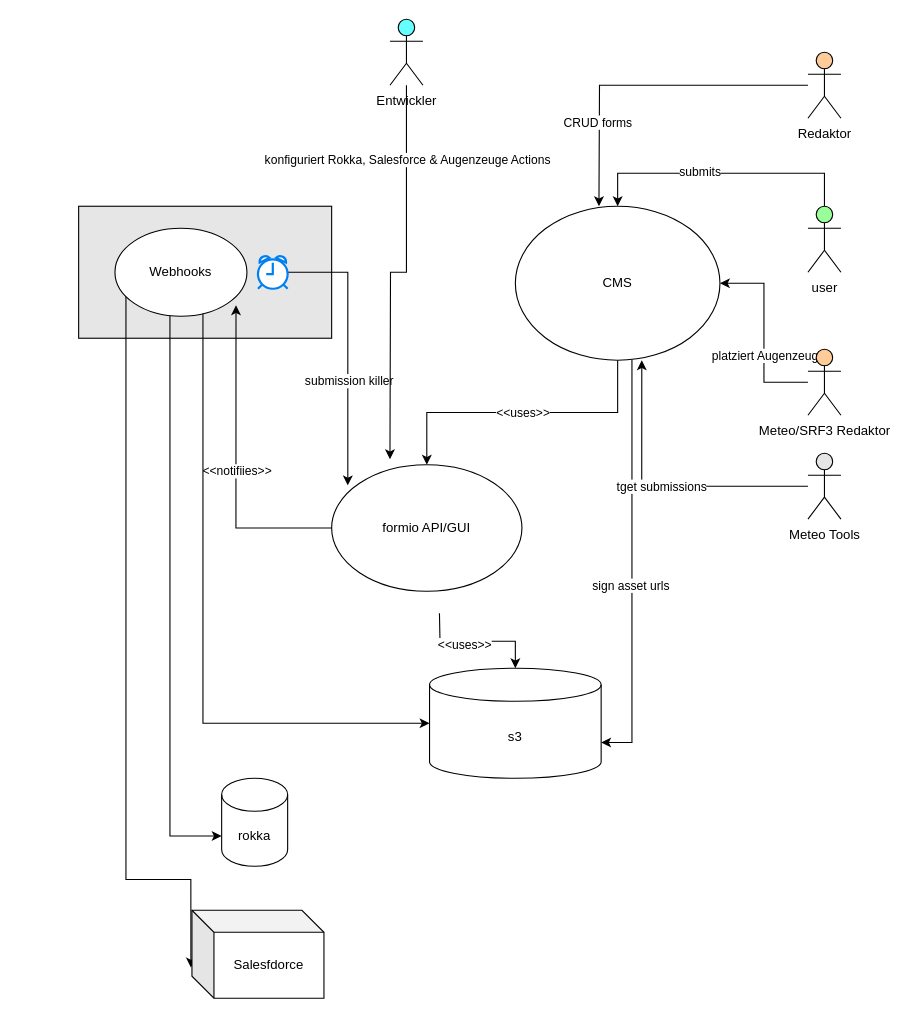
This is new Diagram.drawio from lhausammann/cinForm, a draw.io file, before an edit. Source tidied: cells renumbered, new cells numbered last; positions are measured from the earlier drawing's top-left corner, leaving out a move shared by most shapes. Both pictures are drawn from the tidied source at 110%, with x=0, y=0 at pixel (78, 19).
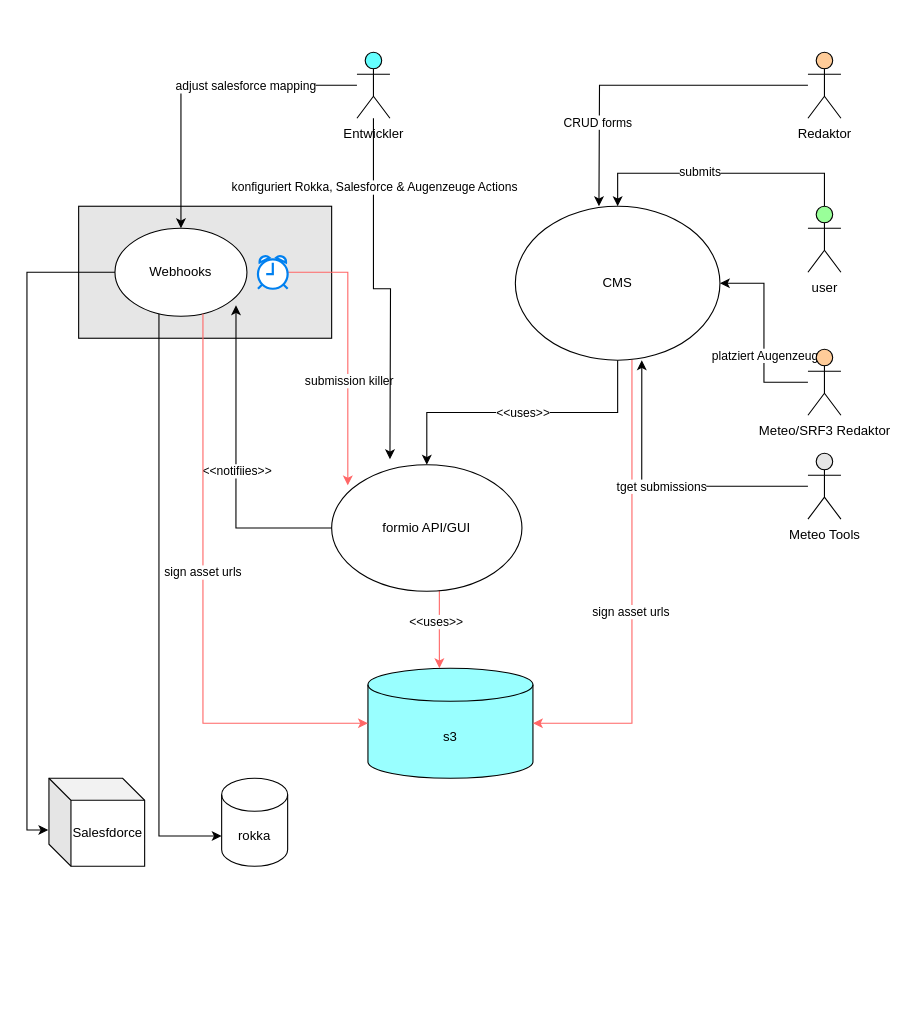
Above is the later version.

Unchanged cells that the change refers to:
```xml
<mxCell id="9" value="CMS" style="ellipse;whiteSpace=wrap;html=1;" parent="1" vertex="1">
  <mxGeometry x="397" y="170" width="186" height="140" as="geometry" />
</mxCell>
<mxCell id="14" value="Webhooks" style="ellipse;whiteSpace=wrap;html=1;" parent="1" vertex="1">
  <mxGeometry x="33" y="190" width="120" height="80" as="geometry" />
</mxCell>
<mxCell id="17" value="formio API/GUI" style="ellipse;whiteSpace=wrap;html=1;" parent="1" vertex="1">
  <mxGeometry x="230" y="405" width="173" height="115" as="geometry" />
</mxCell>
<mxCell id="25" style="html=1;verticalLabelPosition=bottom;align=center;labelBackgroundColor=#ffffff;verticalAlign=top;strokeWidth=2;strokeColor=#0080F0;shadow=0;dashed=0;shape=mxgraph.ios7.icons.alarm_clock;" parent="1" vertex="1">
  <mxGeometry x="163" y="215" width="27" height="30" as="geometry" />
</mxCell>
<mxCell id="26" value="rokka" style="shape=cylinder3;whiteSpace=wrap;html=1;boundedLbl=1;backgroundOutline=1;size=15;" parent="1" vertex="1">
  <mxGeometry x="130" y="690" width="60" height="80" as="geometry" />
</mxCell>
```

Change to the diagram source:
```diff
@@
-    <mxCell id="2" value="s3" style="shape=cylinder3;whiteSpace=wrap;html=1;boundedLbl=1;backgroundOutline=1;size=15;" parent="1" vertex="1">
-      <mxGeometry x="319" y="590" width="156" height="100" as="geometry" />
+    <mxCell id="2" value="s3" style="shape=cylinder3;whiteSpace=wrap;html=1;boundedLbl=1;backgroundOutline=1;size=15;fillColor=#99FFFF;" parent="1" vertex="1">
+      <mxGeometry x="263" y="590" width="150" height="100" as="geometry" />
     </mxCell>
-    <mxCell id="3" style="edgeStyle=orthogonalEdgeStyle;rounded=0;jettySize=auto;html=1;" parent="1" edge="1" target="2">
-      <mxGeometry relative="1" as="geometry">
-        <mxPoint x="328" y="540" as="sourcePoint" />
-      </mxGeometry>
+    <mxCell id="3" style="edgeStyle=orthogonalEdgeStyle;rounded=0;jettySize=auto;html=1;fillColor=#FF6666;strokeColor=#FF6666;exitX=0.566;exitY=0.991;exitDx=0;exitDy=0;exitPerimeter=0;entryX=0.433;entryY=0;entryDx=0;entryDy=0;entryPerimeter=0;" parent="1" edge="1" source="17" target="2">
+      <mxGeometry relative="1" as="geometry" />
     </mxCell>
@@
-    <mxCell id="7" style="edgeStyle=orthogonalEdgeStyle;rounded=0;jettySize=auto;html=1;entryX=1;entryY=0;entryDx=0;entryDy=67.5;entryPerimeter=0;" parent="1" edge="1" source="9" target="2">
+    <mxCell id="7" style="edgeStyle=orthogonalEdgeStyle;rounded=0;jettySize=auto;html=1;strokeColor=#FF6666;" parent="1" edge="1" source="9">
       <mxGeometry relative="1" as="geometry">
+        <mxPoint x="413" y="640" as="targetPoint" />
         <Array as="points">
-          <mxPoint x="503" y="658" />
+          <mxPoint x="503" y="640" />
+          <mxPoint x="475" y="640" />
         </Array>
       </mxGeometry>
     </mxCell>
@@
-    <mxCell id="10" style="edgeStyle=orthogonalEdgeStyle;rounded=0;jettySize=auto;html=1;entryX=0.085;entryY=0.163;entryDx=0;entryDy=0;entryPerimeter=0;startArrow=none;" parent="1" edge="1" source="25" target="17">
+    <mxCell id="10" style="edgeStyle=orthogonalEdgeStyle;rounded=0;jettySize=auto;html=1;entryX=0.085;entryY=0.163;entryDx=0;entryDy=0;entryPerimeter=0;startArrow=none;strokeColor=#FF6666;" parent="1" edge="1" source="25" target="17">
       <mxGeometry relative="1" as="geometry" />
     </mxCell>
@@
     <mxCell id="12" style="edgeStyle=orthogonalEdgeStyle;rounded=0;jettySize=auto;html=1;entryX=0;entryY=0;entryDx=0;entryDy=52.5;entryPerimeter=0;" parent="1" edge="1" source="14" target="26">
       <mxGeometry relative="1" as="geometry">
         <Array as="points">
-          <mxPoint x="83" y="743" />
+          <mxPoint x="73" y="743" />
         </Array>
       </mxGeometry>
     </mxCell>
-    <mxCell id="13" style="edgeStyle=orthogonalEdgeStyle;rounded=0;jettySize=auto;html=1;entryX=-0.008;entryY=0.65;entryDx=0;entryDy=0;entryPerimeter=0;" parent="1" edge="1" source="14" target="27">
-      <mxGeometry relative="1" as="geometry">
-        <Array as="points">
-          <mxPoint x="43" y="270" />
-          <mxPoint x="43" y="782" />
-        </Array>
-      </mxGeometry>
-    </mxCell>
@@
-    <mxCell id="24" style="edgeStyle=orthogonalEdgeStyle;rounded=0;jettySize=auto;html=1;entryX=0;entryY=0.5;entryDx=0;entryDy=0;entryPerimeter=0;" parent="1" edge="1" source="14" target="2">
+    <mxCell id="24" style="edgeStyle=orthogonalEdgeStyle;rounded=0;jettySize=auto;html=1;entryX=0;entryY=0.5;entryDx=0;entryDy=0;entryPerimeter=0;fillColor=#FF6666;strokeColor=#FF6666;" parent="1" edge="1" source="14" target="2">
       <mxGeometry relative="1" as="geometry">
         <Array as="points">
           <mxPoint x="113" y="640" />
         </Array>
       </mxGeometry>
     </mxCell>
+    <mxCell id="36" value="sign asset urls" style="edgeLabel;html=1;align=center;verticalAlign=middle;" parent="24" vertex="1">
+      <mxGeometry x="-0.1" y="-1" relative="1" as="geometry" />
+    </mxCell>
+    <mxCell id="13" style="edgeStyle=orthogonalEdgeStyle;rounded=0;jettySize=auto;html=1;entryX=-0.007;entryY=0.588;entryDx=0;entryDy=0;entryPerimeter=0;exitX=0;exitY=0.5;exitDx=0;exitDy=0;" parent="1" edge="1" source="14" target="27">
+      <mxGeometry relative="1" as="geometry" />
+    </mxCell>
@@
     <mxCell id="27" value="Salesfdorce" style="shape=cube;whiteSpace=wrap;html=1;boundedLbl=1;backgroundOutline=1;darkOpacity=0.05;darkOpacity2=0.1;" parent="1" vertex="1">
-      <mxGeometry x="103" y="810" width="120" height="80" as="geometry" />
+      <mxGeometry x="-27" y="690" width="87" height="80" as="geometry" />
     </mxCell>
@@
+    <mxCell id="37" style="edgeStyle=orthogonalEdgeStyle;rounded=0;jettySize=auto;html=1;entryX=0.5;entryY=0;entryDx=0;entryDy=0;strokeColor=#000000;fillColor=#FF6666;" parent="1" edge="1" source="35" target="14">
+      <mxGeometry relative="1" as="geometry" />
+    </mxCell>
+    <mxCell id="38" value="adjust salesforce mapping" style="edgeLabel;html=1;align=center;verticalAlign=middle;" parent="37" vertex="1">
+      <mxGeometry x="-0.3" relative="1" as="geometry" />
+    </mxCell>
     <mxCell id="35" value="Entwickler" style="shape=umlActor;verticalLabelPosition=bottom;verticalAlign=top;html=1;outlineConnect=0;fillColor=#66FFFF;" parent="1" vertex="1">
-      <mxGeometry x="283" width="30" height="60" as="geometry" />
+      <mxGeometry x="253" y="30" width="30" height="60" as="geometry" />
     </mxCell>
```
